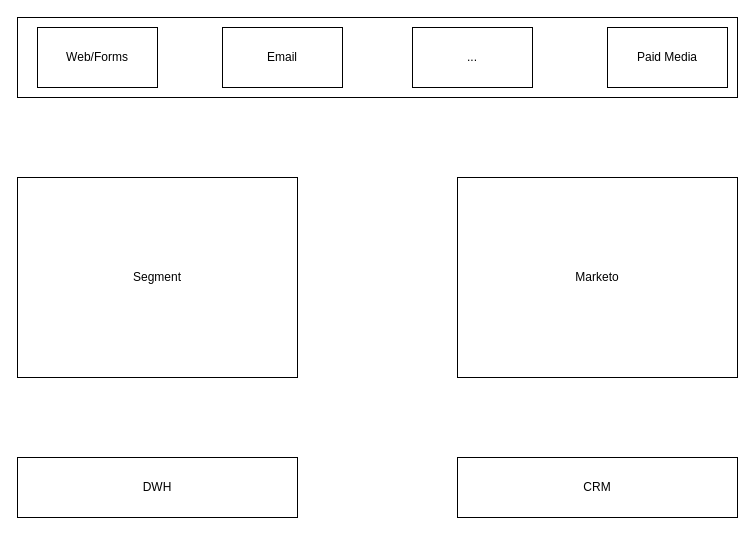
The draw.io diagram MarTech Vision.drawio in thisistayo/archictecture_drawings, before the edit. Source tidied: cells renumbered, new cells numbered last; positions are measured from the earlier drawing's top-left corner, leaving out a move shared by most shapes. Both pictures are drawn from the tidied source at 100%, with x=0, y=0 at pixel (17, 17).
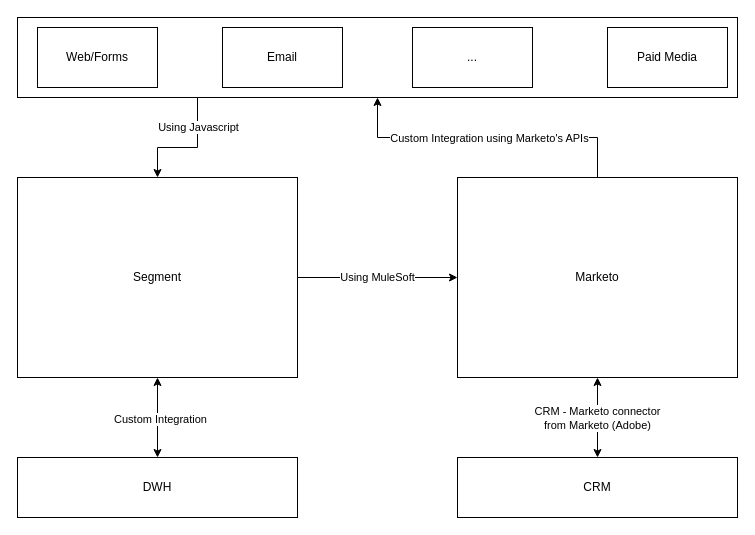
Above is the later version.

Commit message:
Updated the integrations in MarTech

Unchanged cells that the change refers to:
```xml
<mxCell id="2" style="rounded=0;whiteSpace=wrap;html=1;" parent="1" vertex="1">
  <mxGeometry width="720" height="80" as="geometry" />
</mxCell>
<mxCell id="3" value="DWH" style="rounded=0;whiteSpace=wrap;html=1;" parent="1" vertex="1">
  <mxGeometry y="440" width="280" height="60" as="geometry" />
</mxCell>
<mxCell id="7" value="Segment" style="rounded=0;whiteSpace=wrap;html=1;" parent="1" vertex="1">
  <mxGeometry y="160" width="280" height="200" as="geometry" />
</mxCell>
<mxCell id="8" value="Marketo" style="rounded=0;whiteSpace=wrap;html=1;" parent="1" vertex="1">
  <mxGeometry x="440" y="160" width="280" height="200" as="geometry" />
</mxCell>
<mxCell id="10" value="CRM" style="rounded=0;whiteSpace=wrap;html=1;" parent="1" vertex="1">
  <mxGeometry x="440" y="440" width="280" height="60" as="geometry" />
</mxCell>
```

Change to the diagram source:
```diff
@@
+    <mxCell id="11" style="edgeStyle=orthogonalEdgeStyle;rounded=0;jettySize=auto;html=1;exitX=0.25;exitY=1;exitDx=0;exitDy=0;entryX=0.5;entryY=0;entryDx=0;entryDy=0;" parent="1" edge="1" source="2" target="7">
+      <mxGeometry relative="1" as="geometry">
+        <Array as="points">
+          <mxPoint x="180" y="130" />
+          <mxPoint x="140" y="130" />
+        </Array>
+      </mxGeometry>
+    </mxCell>
+    <mxCell id="12" value="Using Javascript" style="edgeLabel;html=1;align=center;verticalAlign=middle;" parent="11" vertex="1">
+      <mxGeometry x="-0.52" relative="1" as="geometry" />
+    </mxCell>
@@
+    <mxCell id="13" style="edgeStyle=orthogonalEdgeStyle;rounded=0;jettySize=auto;html=1;exitX=1;exitY=0.5;exitDx=0;exitDy=0;entryX=0;entryY=0.5;entryDx=0;entryDy=0;" parent="1" edge="1" source="7" target="8">
+      <mxGeometry relative="1" as="geometry" />
+    </mxCell>
+    <mxCell id="14" value="Using MuleSoft" style="edgeLabel;html=1;align=center;verticalAlign=middle;" parent="13" vertex="1">
+      <mxGeometry x="-0.01" y="1" relative="1" as="geometry" />
+    </mxCell>
@@
+    <mxCell id="15" style="edgeStyle=orthogonalEdgeStyle;rounded=0;jettySize=auto;html=1;exitX=0.5;exitY=0;exitDx=0;exitDy=0;entryX=0.5;entryY=1;entryDx=0;entryDy=0;" parent="1" edge="1" source="8" target="2">
+      <mxGeometry relative="1" as="geometry" />
+    </mxCell>
+    <mxCell id="16" value="Custom Integration using Marketo's APIs" style="edgeLabel;html=1;align=center;verticalAlign=middle;" parent="15" vertex="1">
+      <mxGeometry x="-0.01" relative="1" as="geometry" />
+    </mxCell>
@@
+    <mxCell id="17" style="endArrow=classic;startArrow=classic;html=1;rounded=0;entryX=0.5;entryY=1;entryDx=0;entryDy=0;exitX=0.5;exitY=0;exitDx=0;exitDy=0;" parent="1" edge="1" source="10" target="8">
+      <mxGeometry relative="1" as="geometry" />
+    </mxCell>
+    <mxCell id="18" value="CRM - Marketo connector &lt;br&gt;from Marketo (Adobe)" style="edgeLabel;html=1;align=center;verticalAlign=middle;" parent="17" vertex="1">
+      <mxGeometry y="1" relative="1" as="geometry" />
+    </mxCell>
+    <mxCell id="19" style="endArrow=classic;startArrow=classic;html=1;rounded=0;entryX=0.5;entryY=1;entryDx=0;entryDy=0;exitX=0.5;exitY=0;exitDx=0;exitDy=0;" parent="1" edge="1" source="3" target="7">
+      <mxGeometry relative="1" as="geometry" />
+    </mxCell>
+    <mxCell id="20" value="Custom Integration" style="edgeLabel;html=1;align=center;verticalAlign=middle;" parent="19" vertex="1">
+      <mxGeometry x="-0.03" y="-2" relative="1" as="geometry" />
+    </mxCell>
```
